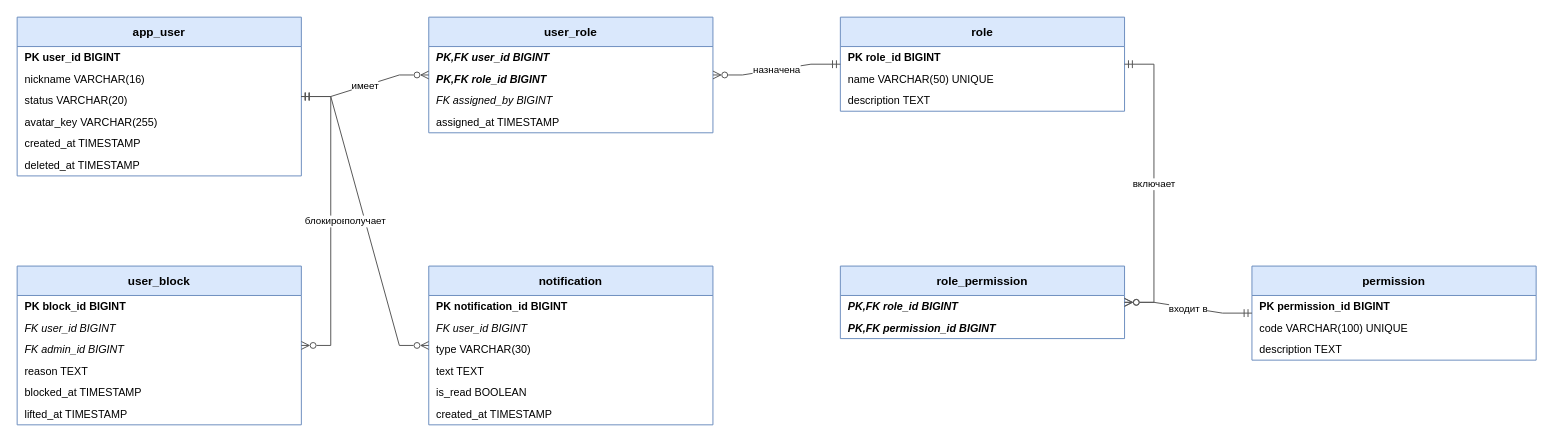
Above: page "1. Модуль управления пользователями" (1 of 7) of documentation/mineberries-db.drawio in AstroSoup/mineberries (draw.io), before the change. Source tidied: cells renumbered, new cells numbered last; positions are measured from the earlier drawing's top-left corner, leaving out a move shared by most shapes. Both pictures are drawn from the tidied source at 98%, with x=0, y=0 at pixel (17, 17).
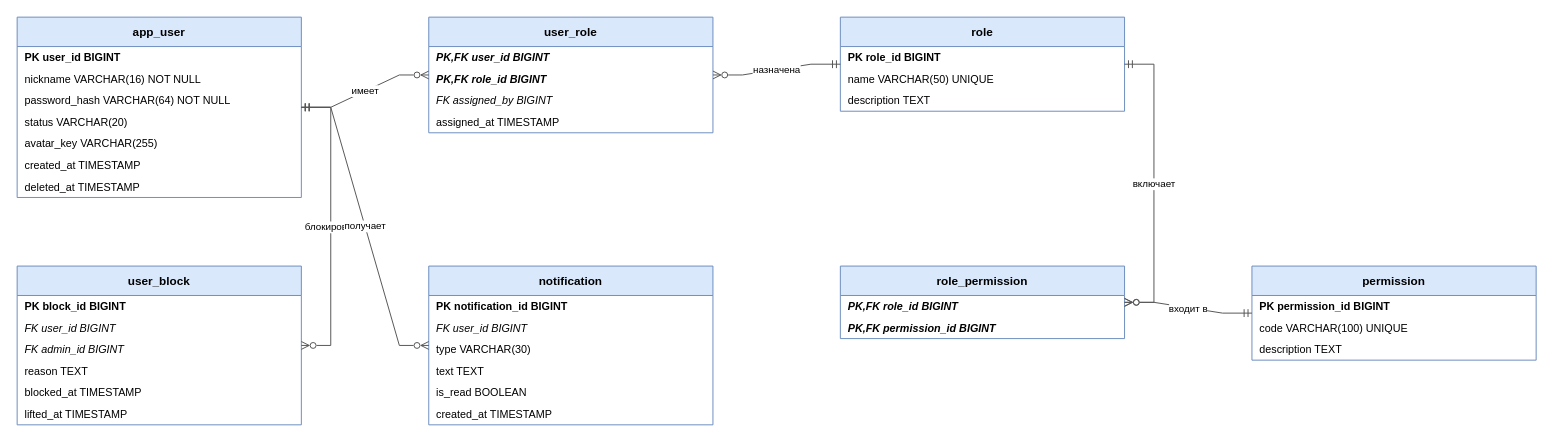
The same page after the edit.

Diff of the diagram source:
```diff
@@
     <mxCell id="2" value="app_user" style="swimlane;fontStyle=1;horizontal=1;startSize=30;fillColor=#dae8fc;strokeColor=#6c8ebf;" parent="1" vertex="1">
-      <mxGeometry width="290" height="162" as="geometry" />
+      <mxGeometry width="290" height="184" as="geometry" />
     </mxCell>
@@
-    <mxCell id="4" value="nickname VARCHAR(16)" style="text;strokeColor=none;fillColor=none;align=left;verticalAlign=middle;spacingLeft=6;overflow=hidden;whiteSpace=nowrap;fontStyle=0;fontSize=11;" parent="2" vertex="1">
+    <mxCell id="4" value="nickname VARCHAR(16) NOT NULL" style="text;strokeColor=none;fillColor=none;align=left;verticalAlign=middle;spacingLeft=6;overflow=hidden;whiteSpace=nowrap;fontStyle=0;fontSize=11;" parent="2" vertex="1">
       <mxGeometry y="52" width="290" height="22" as="geometry" />
     </mxCell>
+    <mxCell id="45" value="password_hash VARCHAR(64) NOT NULL" style="text;strokeColor=none;fillColor=none;align=left;verticalAlign=middle;spacingLeft=6;overflow=hidden;whiteSpace=nowrap;fontStyle=0;fontSize=11;" parent="2" vertex="1">
+      <mxGeometry y="74" width="290" height="22" as="geometry" />
+    </mxCell>
     <mxCell id="5" value="status VARCHAR(20)" style="text;strokeColor=none;fillColor=none;align=left;verticalAlign=middle;spacingLeft=6;overflow=hidden;whiteSpace=nowrap;fontStyle=0;fontSize=11;" parent="2" vertex="1">
-      <mxGeometry y="74" width="290" height="22" as="geometry" />
+      <mxGeometry y="96" width="290" height="22" as="geometry" />
     </mxCell>
     <mxCell id="6" value="avatar_key VARCHAR(255)" style="text;strokeColor=none;fillColor=none;align=left;verticalAlign=middle;spacingLeft=6;overflow=hidden;whiteSpace=nowrap;fontStyle=0;fontSize=11;" parent="2" vertex="1">
-      <mxGeometry y="96" width="290" height="22" as="geometry" />
+      <mxGeometry y="118" width="290" height="22" as="geometry" />
     </mxCell>
     <mxCell id="7" value="created_at TIMESTAMP" style="text;strokeColor=none;fillColor=none;align=left;verticalAlign=middle;spacingLeft=6;overflow=hidden;whiteSpace=nowrap;fontStyle=0;fontSize=11;" parent="2" vertex="1">
-      <mxGeometry y="118" width="290" height="22" as="geometry" />
+      <mxGeometry y="140" width="290" height="22" as="geometry" />
     </mxCell>
     <mxCell id="8" value="deleted_at TIMESTAMP" style="text;strokeColor=none;fillColor=none;align=left;verticalAlign=middle;spacingLeft=6;overflow=hidden;whiteSpace=nowrap;fontStyle=0;fontSize=11;" parent="2" vertex="1">
-      <mxGeometry y="140" width="290" height="22" as="geometry" />
+      <mxGeometry y="162" width="290" height="22" as="geometry" />
     </mxCell>
```
